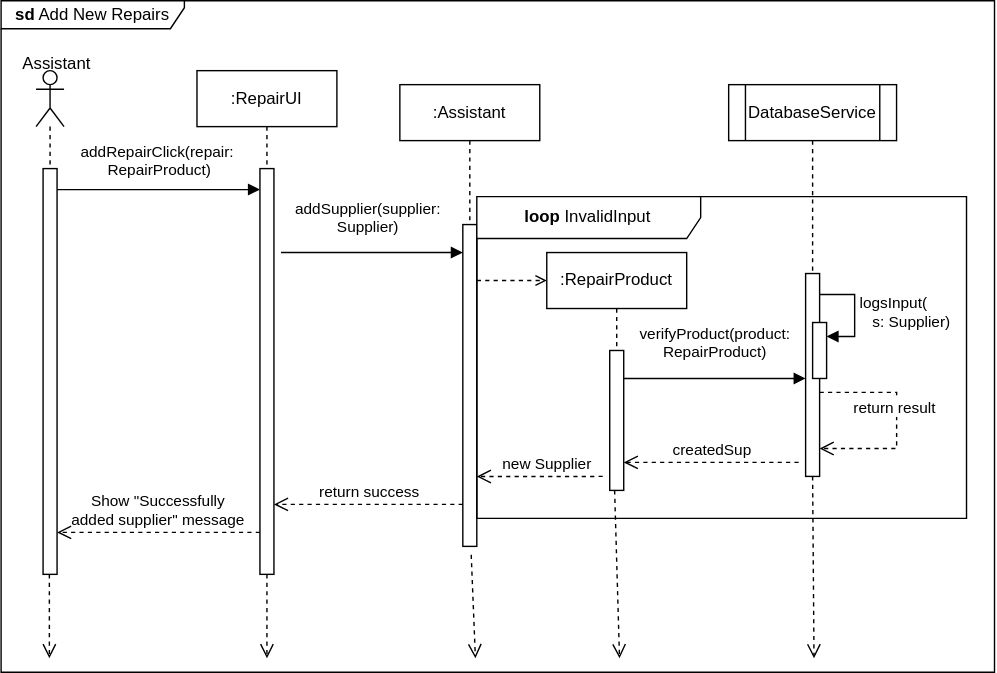
The draw.io diagram Add New Repairs.svg in Simamkele88/IFM3_GP, before a commit. Source tidied: cells renumbered, new cells last; positions are measured from the earlier drawing's top-left corner, leaving out a move shared by most shapes. Its diagram source:
```xml
<mxGraphModel>
  <root>
    <mxCell id="0" />
    <mxCell id="1" parent="0" />
    <mxCell id="2" value="&lt;b&gt;sd&lt;/b&gt; Add New Repairs" style="shape=umlFrame;whiteSpace=wrap;html=1;width=131;height=20;" parent="1" vertex="1">
      <mxGeometry width="710" height="480" as="geometry" />
    </mxCell>
    <mxCell id="3" style="shape=umlLifeline;perimeter=lifelinePerimeter;whiteSpace=wrap;html=1;newEdgeStyle={&quot;curved&quot;:0,&quot;rounded&quot;:0};participant=umlActor;" parent="1" vertex="1">
      <mxGeometry x="25" y="50" width="20" height="80" as="geometry" />
    </mxCell>
    <mxCell id="4" value=":RepairUI" style="shape=umlLifeline;perimeter=lifelinePerimeter;whiteSpace=wrap;html=1;newEdgeStyle={&quot;curved&quot;:0,&quot;rounded&quot;:0};" parent="1" vertex="1">
      <mxGeometry x="140" y="50" width="100" height="360" as="geometry" />
    </mxCell>
    <mxCell id="5" style="html=1;points=[[0,0,0,0,5],[0,1,0,0,-5],[1,0,0,0,5],[1,1,0,0,-5]];perimeter=orthogonalPerimeter;outlineConnect=0;targetShapes=umlLifeline;portConstraint=eastwest;newEdgeStyle={&quot;curved&quot;:0,&quot;rounded&quot;:0};" parent="4" vertex="1">
      <mxGeometry x="45" y="70" width="10" height="290" as="geometry" />
    </mxCell>
    <mxCell id="6" style="html=1;points=[[0,0,0,0,5],[0,1,0,0,-5],[1,0,0,0,5],[1,1,0,0,-5]];perimeter=orthogonalPerimeter;outlineConnect=0;targetShapes=umlLifeline;portConstraint=eastwest;newEdgeStyle={&quot;curved&quot;:0,&quot;rounded&quot;:0};" parent="1" vertex="1">
      <mxGeometry x="30" y="120" width="10" height="290" as="geometry" />
    </mxCell>
    <mxCell id="7" value="addRepairClick(repair:&amp;nbsp;&lt;div&gt;RepairProduct)&lt;/div&gt;" style="html=1;verticalAlign=bottom;endArrow=block;curved=0;rounded=0;" parent="1" edge="1" source="6" target="5">
      <mxGeometry y="5" relative="1" as="geometry">
        <Array as="points">
          <mxPoint x="120" y="135" />
        </Array>
      </mxGeometry>
    </mxCell>
    <mxCell id="8" value=":Assistant" style="shape=umlLifeline;perimeter=lifelinePerimeter;whiteSpace=wrap;html=1;newEdgeStyle={&quot;curved&quot;:0,&quot;rounded&quot;:0};" parent="1" vertex="1">
      <mxGeometry x="285" y="60" width="100" height="120" as="geometry" />
    </mxCell>
    <mxCell id="9" style="html=1;points=[[0,0,0,0,5],[0,1,0,0,-5],[1,0,0,0,5],[1,1,0,0,-5]];perimeter=orthogonalPerimeter;outlineConnect=0;targetShapes=umlLifeline;portConstraint=eastwest;newEdgeStyle={&quot;curved&quot;:0,&quot;rounded&quot;:0};" parent="1" vertex="1">
      <mxGeometry x="330" y="160" width="10" height="230" as="geometry" />
    </mxCell>
    <mxCell id="10" value="DatabaseService" style="shape=process;whiteSpace=wrap;html=1;backgroundOutline=1;" parent="1" vertex="1">
      <mxGeometry x="520" y="60" width="120" height="40" as="geometry" />
    </mxCell>
    <mxCell id="11" style="html=1;points=[[0,0,0,0,5],[0,1,0,0,-5],[1,0,0,0,5],[1,1,0,0,-5]];perimeter=orthogonalPerimeter;outlineConnect=0;targetShapes=umlLifeline;portConstraint=eastwest;newEdgeStyle={&quot;curved&quot;:0,&quot;rounded&quot;:0};" parent="1" vertex="1">
      <mxGeometry x="575" y="195" width="10" height="145" as="geometry" />
    </mxCell>
    <mxCell id="12" style="html=1;verticalAlign=bottom;endArrow=none;dashed=1;endSize=8;curved=0;rounded=0;startFill=0;exitX=0.5;exitY=1;exitDx=0;exitDy=0;" parent="1" edge="1" source="10" target="11">
      <mxGeometry relative="1" as="geometry" />
    </mxCell>
    <mxCell id="13" style="html=1;verticalAlign=bottom;endArrow=open;dashed=1;endSize=8;curved=0;rounded=0;" parent="1" edge="1" source="5">
      <mxGeometry relative="1" as="geometry">
        <mxPoint x="190" y="470" as="targetPoint" />
      </mxGeometry>
    </mxCell>
    <mxCell id="14" style="html=1;verticalAlign=bottom;endArrow=open;dashed=1;endSize=8;curved=0;rounded=0;exitX=0.6;exitY=1.026;exitDx=0;exitDy=0;exitPerimeter=0;" parent="1" edge="1" source="9">
      <mxGeometry relative="1" as="geometry">
        <mxPoint x="339" y="470" as="targetPoint" />
      </mxGeometry>
    </mxCell>
    <mxCell id="15" value="return result&amp;nbsp;" style="html=1;verticalAlign=bottom;endArrow=open;dashed=1;endSize=8;rounded=0;edgeStyle=orthogonalEdgeStyle;" parent="1" edge="1" source="11" target="11">
      <mxGeometry relative="1" as="geometry">
        <Array as="points">
          <mxPoint x="640" y="280" />
          <mxPoint x="640" y="320" />
        </Array>
      </mxGeometry>
    </mxCell>
    <mxCell id="16" value="Assistant" style="text;html=1;align=center;verticalAlign=middle;whiteSpace=wrap;rounded=0;" parent="1" vertex="1">
      <mxGeometry x="10" y="30" width="60" height="30" as="geometry" />
    </mxCell>
    <mxCell id="17" value="&lt;b&gt;loop&lt;/b&gt;&amp;nbsp;InvalidInput" style="shape=umlFrame;whiteSpace=wrap;html=1;width=160;" parent="1" vertex="1">
      <mxGeometry x="340" y="140" width="350" height="230" as="geometry" />
    </mxCell>
    <mxCell id="18" value="createdSup" style="html=1;verticalAlign=bottom;endArrow=open;dashed=1;endSize=8;curved=0;rounded=0;" parent="17" edge="1" target="27">
      <mxGeometry relative="1" as="geometry">
        <mxPoint x="230" y="190" as="sourcePoint" />
      </mxGeometry>
    </mxCell>
    <mxCell id="19" style="html=1;verticalAlign=bottom;endArrow=open;dashed=1;endSize=8;curved=0;rounded=0;exitX=0.6;exitY=1.026;exitDx=0;exitDy=0;exitPerimeter=0;" parent="17" edge="1">
      <mxGeometry relative="1" as="geometry">
        <mxPoint x="240" y="200" as="sourcePoint" />
        <mxPoint x="241" y="330" as="targetPoint" />
      </mxGeometry>
    </mxCell>
    <mxCell id="20" value="new Supplier" style="html=1;verticalAlign=bottom;endArrow=open;dashed=1;endSize=8;curved=0;rounded=0;entryX=0;entryY=0.87;entryDx=0;entryDy=0;entryPerimeter=0;" parent="17" edge="1" target="17">
      <mxGeometry x="-0.11" relative="1" as="geometry">
        <mxPoint x="90" y="200" as="sourcePoint" />
      </mxGeometry>
    </mxCell>
    <mxCell id="21" value="return success" style="html=1;verticalAlign=bottom;endArrow=open;dashed=1;endSize=8;curved=0;rounded=0;" parent="1" edge="1">
      <mxGeometry relative="1" as="geometry">
        <mxPoint x="330" y="360" as="sourcePoint" />
        <mxPoint x="195" y="360" as="targetPoint" />
      </mxGeometry>
    </mxCell>
    <mxCell id="22" value="Show &quot;Successfully&lt;div&gt;added supplier&quot; message&lt;/div&gt;" style="html=1;verticalAlign=bottom;endArrow=open;dashed=1;endSize=8;curved=0;rounded=0;" parent="1" edge="1">
      <mxGeometry relative="1" as="geometry">
        <mxPoint x="185" y="380" as="sourcePoint" />
        <mxPoint x="40" y="380" as="targetPoint" />
      </mxGeometry>
    </mxCell>
    <mxCell id="23" style="html=1;points=[[0,0,0,0,5],[0,1,0,0,-5],[1,0,0,0,5],[1,1,0,0,-5]];perimeter=orthogonalPerimeter;outlineConnect=0;targetShapes=umlLifeline;portConstraint=eastwest;newEdgeStyle={&quot;curved&quot;:0,&quot;rounded&quot;:0};" parent="1" vertex="1">
      <mxGeometry x="580" y="230" width="10" height="40" as="geometry" />
    </mxCell>
    <mxCell id="24" value="logsInput(&lt;div&gt;&amp;nbsp; &amp;nbsp;s: Supplier)&lt;/div&gt;" style="html=1;align=left;spacingLeft=2;endArrow=block;rounded=0;edgeStyle=orthogonalEdgeStyle;curved=0;rounded=0;" parent="1" edge="1" source="11" target="23">
      <mxGeometry relative="1" as="geometry">
        <Array as="points">
          <mxPoint x="610" y="210" />
          <mxPoint x="610" y="240" />
        </Array>
      </mxGeometry>
    </mxCell>
    <mxCell id="25" value=":RepairProduct" style="shape=umlLifeline;perimeter=lifelinePerimeter;whiteSpace=wrap;html=1;newEdgeStyle={&quot;curved&quot;:0,&quot;rounded&quot;:0};" parent="1" vertex="1">
      <mxGeometry x="390" y="180" width="100" height="70" as="geometry" />
    </mxCell>
    <mxCell id="26" style="html=1;verticalAlign=bottom;labelBackgroundColor=none;endArrow=open;endFill=0;dashed=1;rounded=0;" parent="1" edge="1">
      <mxGeometry relative="1" as="geometry">
        <mxPoint x="340" y="200" as="sourcePoint" />
        <mxPoint x="390" y="200" as="targetPoint" />
      </mxGeometry>
    </mxCell>
    <mxCell id="27" style="html=1;points=[[0,0,0,0,5],[0,1,0,0,-5],[1,0,0,0,5],[1,1,0,0,-5]];perimeter=orthogonalPerimeter;outlineConnect=0;targetShapes=umlLifeline;portConstraint=eastwest;newEdgeStyle={&quot;curved&quot;:0,&quot;rounded&quot;:0};" parent="1" vertex="1">
      <mxGeometry x="435" y="250" width="10" height="100" as="geometry" />
    </mxCell>
    <mxCell id="28" value="addSupplier(supplier:&lt;div&gt;Supplier)&lt;/div&gt;" style="html=1;verticalAlign=bottom;endArrow=block;curved=0;rounded=0;" parent="1" edge="1">
      <mxGeometry x="-0.04" y="10" relative="1" as="geometry">
        <mxPoint x="200" y="180" as="sourcePoint" />
        <mxPoint x="330" y="180" as="targetPoint" />
        <mxPoint y="1" as="offset" />
      </mxGeometry>
    </mxCell>
    <mxCell id="29" value="verifyProduct(product:&lt;div&gt;RepairProduct)&lt;/div&gt;" style="html=1;verticalAlign=bottom;endArrow=block;curved=0;rounded=0;" parent="1" edge="1" target="11">
      <mxGeometry y="10" relative="1" as="geometry">
        <mxPoint x="445" y="270" as="sourcePoint" />
      </mxGeometry>
    </mxCell>
    <mxCell id="30" style="html=1;verticalAlign=bottom;endArrow=open;dashed=1;endSize=8;curved=0;rounded=0;exitX=0.6;exitY=1.026;exitDx=0;exitDy=0;exitPerimeter=0;" parent="1" edge="1">
      <mxGeometry relative="1" as="geometry">
        <mxPoint x="438.5" y="350" as="sourcePoint" />
        <mxPoint x="442" y="470" as="targetPoint" />
      </mxGeometry>
    </mxCell>
    <mxCell id="31" style="html=1;verticalAlign=bottom;endArrow=open;dashed=1;endSize=8;curved=0;rounded=0;" parent="1" edge="1">
      <mxGeometry relative="1" as="geometry">
        <mxPoint x="34.5" y="410" as="sourcePoint" />
        <mxPoint x="34.5" y="470" as="targetPoint" />
      </mxGeometry>
    </mxCell>
  </root>
</mxGraphModel>
```
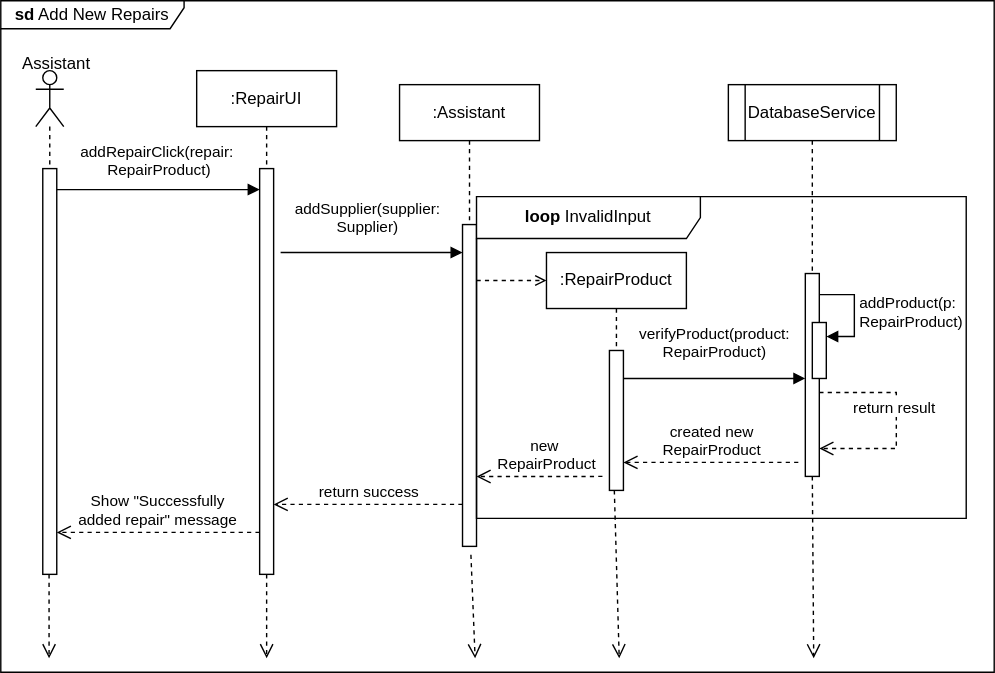
Later version of the same file.

Diff of the diagram source:
```diff
@@ -63,7 +63,7 @@
     <mxCell id="17" value="&lt;b&gt;loop&lt;/b&gt;&amp;nbsp;InvalidInput" style="shape=umlFrame;whiteSpace=wrap;html=1;width=160;" parent="1" vertex="1">
       <mxGeometry x="340" y="140" width="350" height="230" as="geometry" />
     </mxCell>
-    <mxCell id="18" value="createdSup" style="html=1;verticalAlign=bottom;endArrow=open;dashed=1;endSize=8;curved=0;rounded=0;" parent="17" edge="1" target="27">
+    <mxCell id="18" value="created new&lt;div&gt;RepairProduct&lt;/div&gt;" style="html=1;verticalAlign=bottom;endArrow=open;dashed=1;endSize=8;curved=0;rounded=0;align=center;" parent="17" edge="1" target="27">
       <mxGeometry relative="1" as="geometry">
         <mxPoint x="230" y="190" as="sourcePoint" />
       </mxGeometry>
@@ -74,7 +74,7 @@
         <mxPoint x="241" y="330" as="targetPoint" />
       </mxGeometry>
     </mxCell>
-    <mxCell id="20" value="new Supplier" style="html=1;verticalAlign=bottom;endArrow=open;dashed=1;endSize=8;curved=0;rounded=0;entryX=0;entryY=0.87;entryDx=0;entryDy=0;entryPerimeter=0;" parent="17" edge="1" target="17">
+    <mxCell id="20" value="new&amp;nbsp;&lt;div&gt;RepairProduct&lt;/div&gt;" style="html=1;verticalAlign=bottom;endArrow=open;dashed=1;endSize=8;curved=0;rounded=0;entryX=0;entryY=0.87;entryDx=0;entryDy=0;entryPerimeter=0;" parent="17" edge="1" target="17">
       <mxGeometry x="-0.11" relative="1" as="geometry">
         <mxPoint x="90" y="200" as="sourcePoint" />
       </mxGeometry>
@@ -85,7 +85,7 @@
         <mxPoint x="195" y="360" as="targetPoint" />
       </mxGeometry>
     </mxCell>
-    <mxCell id="22" value="Show &quot;Successfully&lt;div&gt;added supplier&quot; message&lt;/div&gt;" style="html=1;verticalAlign=bottom;endArrow=open;dashed=1;endSize=8;curved=0;rounded=0;" parent="1" edge="1">
+    <mxCell id="22" value="Show &quot;Successfully&lt;div&gt;added repair&quot; message&lt;/div&gt;" style="html=1;verticalAlign=bottom;endArrow=open;dashed=1;endSize=8;curved=0;rounded=0;" parent="1" edge="1">
       <mxGeometry relative="1" as="geometry">
         <mxPoint x="185" y="380" as="sourcePoint" />
         <mxPoint x="40" y="380" as="targetPoint" />
@@ -94,7 +94,7 @@
     <mxCell id="23" style="html=1;points=[[0,0,0,0,5],[0,1,0,0,-5],[1,0,0,0,5],[1,1,0,0,-5]];perimeter=orthogonalPerimeter;outlineConnect=0;targetShapes=umlLifeline;portConstraint=eastwest;newEdgeStyle={&quot;curved&quot;:0,&quot;rounded&quot;:0};" parent="1" vertex="1">
       <mxGeometry x="580" y="230" width="10" height="40" as="geometry" />
     </mxCell>
-    <mxCell id="24" value="logsInput(&lt;div&gt;&amp;nbsp; &amp;nbsp;s: Supplier)&lt;/div&gt;" style="html=1;align=left;spacingLeft=2;endArrow=block;rounded=0;edgeStyle=orthogonalEdgeStyle;curved=0;rounded=0;" parent="1" edge="1" source="11" target="23">
+    <mxCell id="24" value="addProduct(&lt;span style=&quot;background-color: light-dark(#ffffff, var(--ge-dark-color, #121212)); color: light-dark(rgb(0, 0, 0), rgb(255, 255, 255));&quot;&gt;p:&amp;nbsp;&lt;/span&gt;&lt;div&gt;&lt;span style=&quot;background-color: light-dark(#ffffff, var(--ge-dark-color, #121212)); color: light-dark(rgb(0, 0, 0), rgb(255, 255, 255));&quot;&gt;RepairProduct)&lt;/span&gt;&lt;/div&gt;" style="html=1;align=left;spacingLeft=2;endArrow=block;rounded=0;edgeStyle=orthogonalEdgeStyle;curved=0;rounded=0;" parent="1" edge="1" source="11" target="23">
       <mxGeometry relative="1" as="geometry">
         <Array as="points">
           <mxPoint x="610" y="210" />
```
